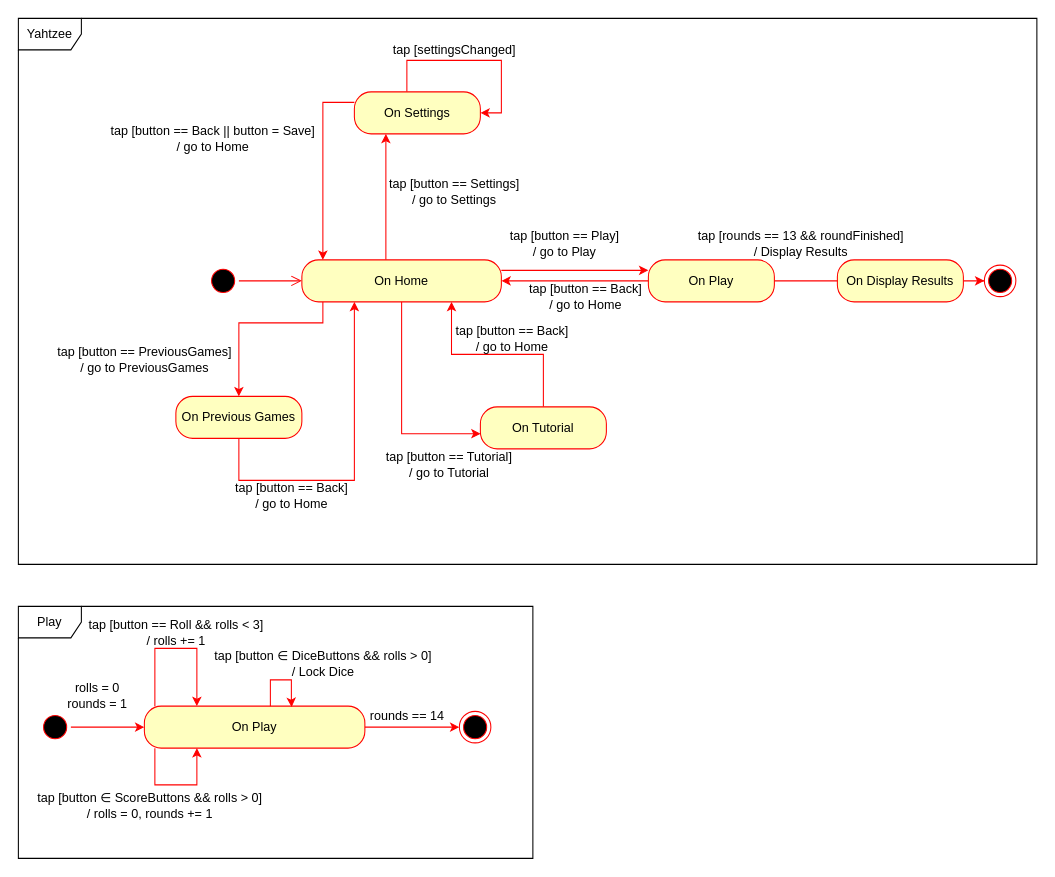
The draw.io diagram Docs/StateDiagram.drawio in lioia/Yahtzee-MP, before the edit. Source tidied: cells renumbered, new cells numbered last; positions are measured from the earlier drawing's top-left corner, leaving out a move shared by most shapes. Both pictures are drawn from the tidied source at 105%, with x=0, y=0 at pixel (18, 18).
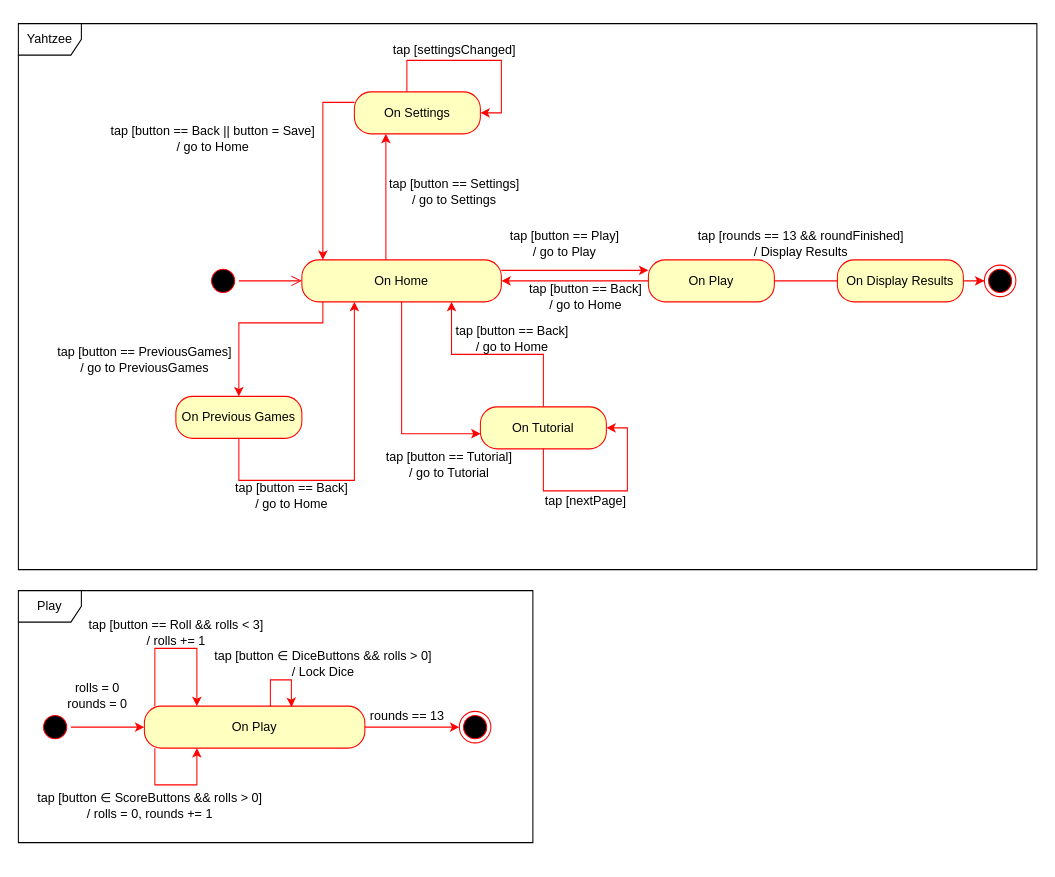
The same diagram, later.

The change refers to these unchanged cells:
```xml
<mxCell id="15" value="On Tutorial" style="rounded=1;whiteSpace=wrap;html=1;arcSize=40;fontColor=#000000;fillColor=#ffffc0;strokeColor=#ff0000;" parent="1" vertex="1">
  <mxGeometry x="440" y="370" width="120" height="40" as="geometry" />
</mxCell>
```

The edit, as a diff of the source:
```diff
@@
     <mxCell id="32" value="Yahtzee" style="shape=umlFrame;whiteSpace=wrap;html=1;" parent="1" vertex="1">
-      <mxGeometry width="970" height="520" as="geometry" />
+      <mxGeometry y="5" width="970" height="520" as="geometry" />
     </mxCell>
@@
-    <mxCell id="39" value="rolls = 0&lt;br&gt;rounds = 1" style="text;html=1;align=center;verticalAlign=middle;strokeColor=none;fillColor=none;" parent="1" vertex="1">
+    <mxCell id="39" value="rolls = 0&lt;br&gt;rounds = 0" style="text;html=1;align=center;verticalAlign=middle;strokeColor=none;fillColor=none;" parent="1" vertex="1">
       <mxGeometry x="40" y="630" width="70" height="30" as="geometry" />
     </mxCell>
@@
-    <mxCell id="45" value="rounds == 14" style="text;html=1;align=center;verticalAlign=middle;strokeColor=none;fillColor=none;" parent="1" vertex="1">
+    <mxCell id="45" value="rounds == 13" style="text;html=1;align=center;verticalAlign=middle;strokeColor=none;fillColor=none;" parent="1" vertex="1">
       <mxGeometry x="325" y="655" width="90" height="20" as="geometry" />
     </mxCell>
     <mxCell id="46" value="Play" style="shape=umlFrame;whiteSpace=wrap;html=1;" parent="1" vertex="1">
-      <mxGeometry y="560" width="490" height="240" as="geometry" />
+      <mxGeometry y="545" width="490" height="240" as="geometry" />
     </mxCell>
+    <mxCell id="47" style="edgeStyle=orthogonalEdgeStyle;rounded=0;orthogonalLoop=1;jettySize=auto;html=1;entryX=1;entryY=0.5;entryDx=0;entryDy=0;strokeColor=#FF0000;" parent="1" edge="1" source="15" target="15">
+      <mxGeometry relative="1" as="geometry">
+        <Array as="points">
+          <mxPoint x="500" y="450" />
+          <mxPoint x="580" y="450" />
+          <mxPoint x="580" y="390" />
+        </Array>
+      </mxGeometry>
+    </mxCell>
+    <mxCell id="48" value="tap [nextPage]" style="text;html=1;align=center;verticalAlign=middle;strokeColor=none;fillColor=none;" parent="1" vertex="1">
+      <mxGeometry x="495" y="450" width="90" height="20" as="geometry" />
+    </mxCell>
```
